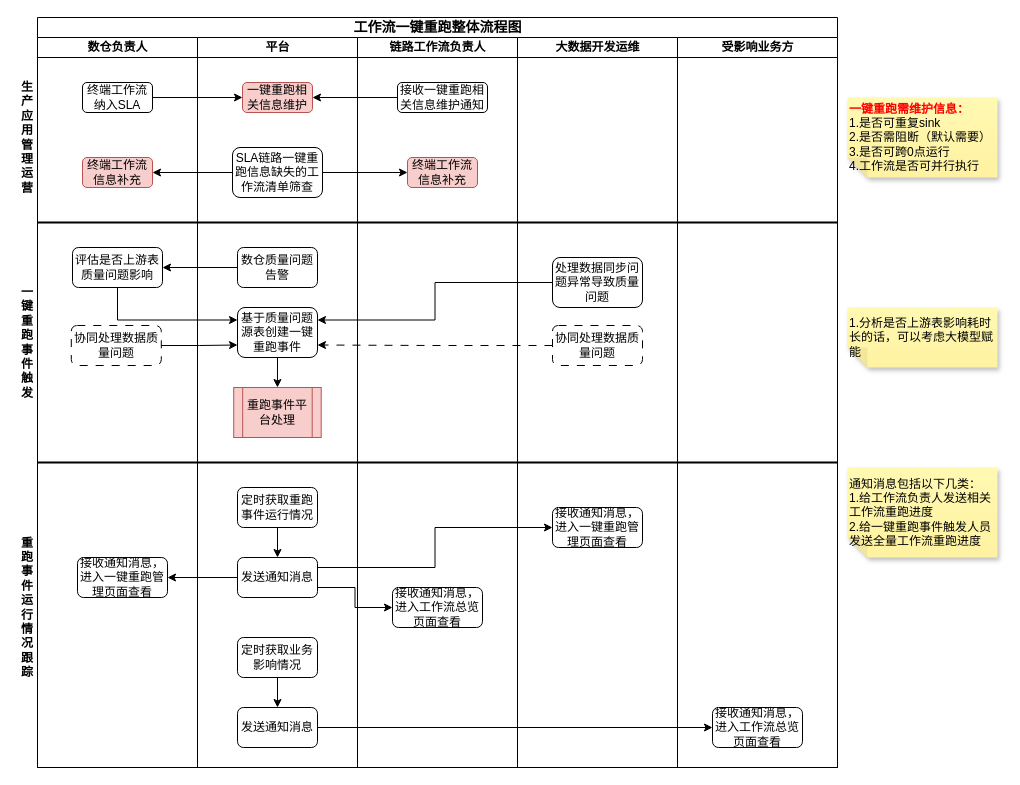
Earlier version of the draw.io diagram page "整体流程图" (1 of 2) of biz_flow/大数据平台工作流一键重跑设计.drawio (hlld3344/diagrams). Source tidied: cells renumbered, new cells numbered last; positions are measured from the earlier drawing's top-left corner, leaving out a move shared by most shapes. Both pictures are drawn from the tidied source at 100%, with x=0, y=0 at pixel (17, 17).
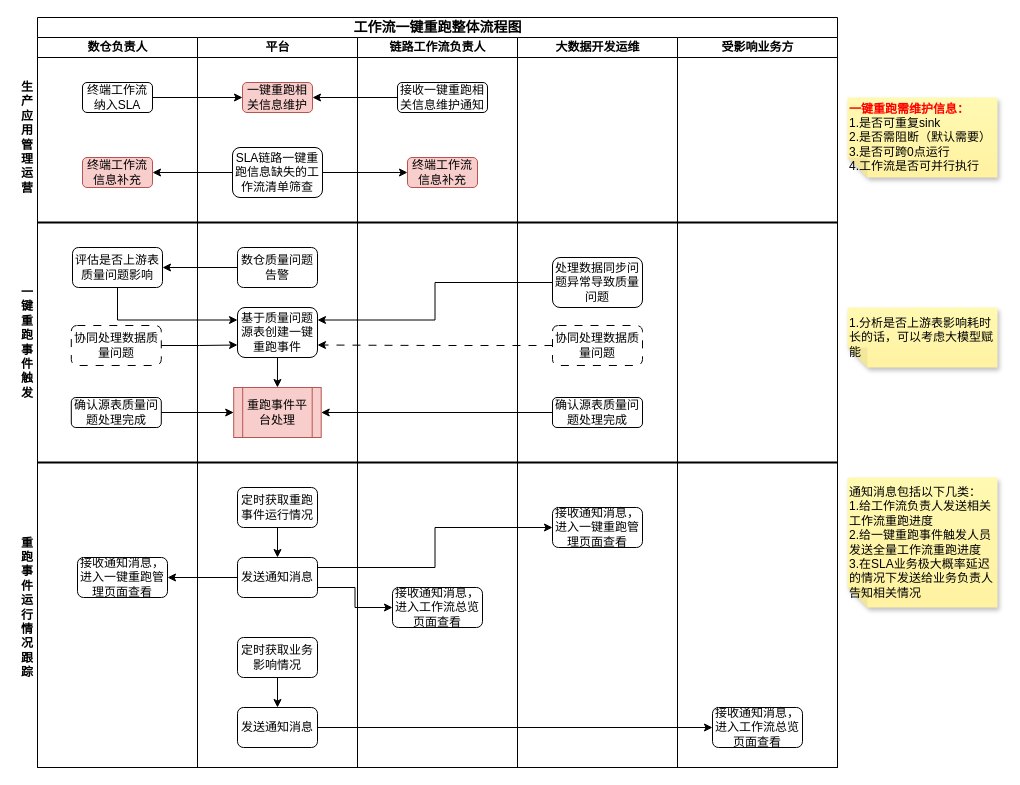
After the change.

Unchanged cells that the change refers to:
```xml
<mxCell id="2" value="&lt;font style=&quot;font-size: 14px;&quot;&gt;工作流一键重跑整体流程图&lt;/font&gt;" style="swimlane;html=1;startSize=20;rounded=0;shadow=0;labelBackgroundColor=none;strokeWidth=1;fontFamily=Verdana;fontSize=8;align=center;" parent="1" vertex="1">
  <mxGeometry x="20" width="800" height="750" as="geometry" />
</mxCell>
<mxCell id="3" value="数仓负责人" style="swimlane;html=1;startSize=20;" parent="2" vertex="1">
  <mxGeometry y="20" width="160" height="730" as="geometry" />
</mxCell>
<mxCell id="17" value="重跑事件平台处理" style="shape=process;whiteSpace=wrap;html=1;backgroundOutline=1;fillColor=#f8cecc;strokeColor=#b85450;" parent="9" vertex="1">
  <mxGeometry x="36.2" y="350" width="87.5" height="50" as="geometry" />
</mxCell>
<mxCell id="30" value="大数据开发运维" style="swimlane;html=1;startSize=20;" parent="2" vertex="1">
  <mxGeometry x="480" y="20" width="160" height="730" as="geometry" />
</mxCell>
```

Diff of the diagram source:
```diff
@@
+    <mxCell id="53" value="确认源表质量问题处理完成" style="rounded=1;whiteSpace=wrap;html=1;" parent="3" vertex="1">
+      <mxGeometry x="33.8" y="360" width="90" height="30" as="geometry" />
+    </mxCell>
@@
+    <mxCell id="54" value="确认源表质量问题处理完成" style="rounded=1;whiteSpace=wrap;html=1;" parent="30" vertex="1">
+      <mxGeometry x="35" y="360" width="90" height="30" as="geometry" />
+    </mxCell>
@@
+    <mxCell id="55" style="edgeStyle=orthogonalEdgeStyle;rounded=0;jettySize=auto;html=1;exitX=1;exitY=0.5;exitDx=0;exitDy=0;entryX=0;entryY=0.5;entryDx=0;entryDy=0;" parent="2" edge="1" source="53" target="17">
+      <mxGeometry relative="1" as="geometry" />
+    </mxCell>
+    <mxCell id="56" style="edgeStyle=orthogonalEdgeStyle;rounded=0;jettySize=auto;html=1;exitX=0;exitY=0.5;exitDx=0;exitDy=0;entryX=1;entryY=0.5;entryDx=0;entryDy=0;" parent="2" edge="1" source="54" target="17">
+      <mxGeometry relative="1" as="geometry" />
+    </mxCell>
@@
-    <mxCell id="52" value="&lt;div&gt;&lt;span style=&quot;background-color: transparent; color: light-dark(rgb(0, 0, 0), rgb(237, 237, 237));&quot;&gt;通知消息包括以下几类：&lt;/span&gt;&lt;/div&gt;&lt;div&gt;&lt;span style=&quot;background-color: transparent; color: light-dark(rgb(0, 0, 0), rgb(237, 237, 237));&quot;&gt;1.给工作流负责人发送相关工作流重跑进度&lt;/span&gt;&lt;/div&gt;&lt;div&gt;&lt;span style=&quot;background-color: transparent; color: light-dark(rgb(0, 0, 0), rgb(237, 237, 237));&quot;&gt;2.给一键重跑事件触发人员发送全量工作流重跑进度&lt;/span&gt;&lt;/div&gt;" style="shape=note;whiteSpace=wrap;html=1;backgroundOutline=1;fontColor=#000000;darkOpacity=0.05;fillColor=#FFF9B2;strokeColor=none;fillStyle=solid;direction=west;gradientDirection=north;gradientColor=#FFF2A1;shadow=1;size=20;align=left;" parent="1" vertex="1">
-      <mxGeometry x="830" y="450" width="150" height="90" as="geometry" />
+    <mxCell id="52" value="&lt;div&gt;&lt;span style=&quot;background-color: transparent; color: light-dark(rgb(0, 0, 0), rgb(237, 237, 237));&quot;&gt;通知消息包括以下几类：&lt;/span&gt;&lt;/div&gt;&lt;div&gt;&lt;span style=&quot;background-color: transparent; color: light-dark(rgb(0, 0, 0), rgb(237, 237, 237));&quot;&gt;1.给工作流负责人发送相关工作流重跑进度&lt;/span&gt;&lt;/div&gt;&lt;div&gt;&lt;span style=&quot;background-color: transparent; color: light-dark(rgb(0, 0, 0), rgb(237, 237, 237));&quot;&gt;2.给一键重跑事件触发人员发送全量工作流重跑进度&lt;/span&gt;&lt;/div&gt;&lt;div&gt;&lt;span style=&quot;background-color: transparent; color: light-dark(rgb(0, 0, 0), rgb(237, 237, 237));&quot;&gt;3.在SLA业务极大概率延迟的情况下发送给业务负责人告知相关情况&lt;/span&gt;&lt;/div&gt;" style="shape=note;whiteSpace=wrap;html=1;backgroundOutline=1;fontColor=#000000;darkOpacity=0.05;fillColor=#FFF9B2;strokeColor=none;fillStyle=solid;direction=west;gradientDirection=north;gradientColor=#FFF2A1;shadow=1;size=20;align=left;" parent="1" vertex="1">
+      <mxGeometry x="830" y="460" width="150" height="130" as="geometry" />
     </mxCell>
```
